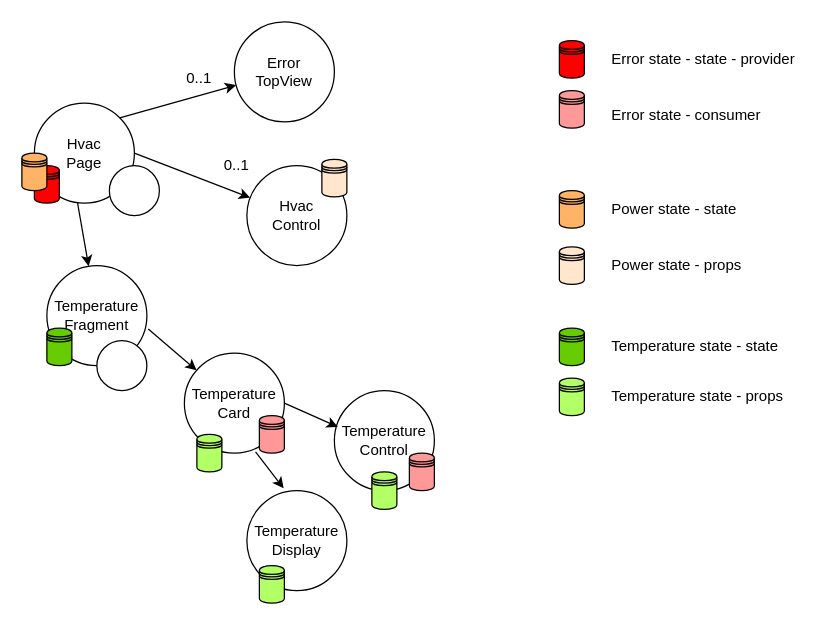
This is page "Page-2" (2 of 3) of LI61D/hvac-ui/diagrams/UI-State.drawio from isel-leic-daw/1920v-public, a draw.io file, before an edit. Source tidied: cells renumbered, new cells numbered last; positions are measured from the earlier drawing's top-left corner, leaving out a move shared by most shapes. Both pictures are drawn from the tidied source at 125%, with x=0, y=0 at pixel (21, 21).
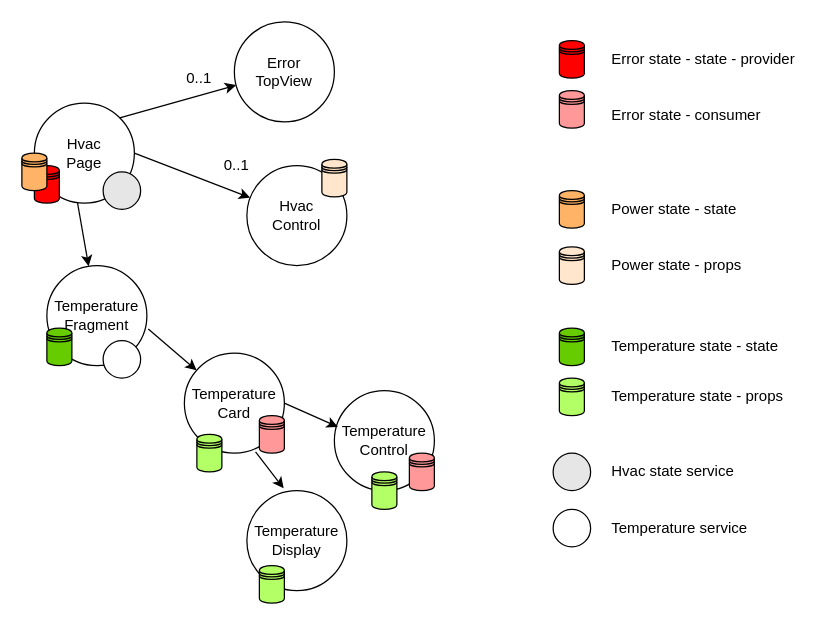
The same page after the edit.

Commit message (it also covers changes not shown here):
LI61D: Updates HVAC UI diagrams

What changed in the source:
```diff
@@
-    <mxCell id="22" style="ellipse;whiteSpace=wrap;html=1;fillColor=#FFFFFF;" parent="1" vertex="1">
-      <mxGeometry x="60" y="255" width="40" height="40" as="geometry" />
-    </mxCell>
@@
-    <mxCell id="37" style="ellipse;whiteSpace=wrap;html=1;fillColor=#FFFFFF;" parent="1" vertex="1">
-      <mxGeometry x="70" y="115" width="40" height="40" as="geometry" />
-    </mxCell>
@@
+    <mxCell id="40" style="ellipse;whiteSpace=wrap;html=1;fillColor=#E6E6E6;" parent="1" vertex="1">
+      <mxGeometry x="425" y="345" width="30" height="30" as="geometry" />
+    </mxCell>
+    <mxCell id="41" value="Hvac state service" style="text;html=1;align=left;verticalAlign=top;spacingTop=-4;" parent="1" vertex="1">
+      <mxGeometry x="470" y="350" width="110" height="20" as="geometry" />
+    </mxCell>
+    <mxCell id="42" style="ellipse;whiteSpace=wrap;html=1;fillColor=#FFFFFF;" parent="1" vertex="1">
+      <mxGeometry x="425" y="390" width="30" height="30" as="geometry" />
+    </mxCell>
+    <mxCell id="43" value="Temperature service" style="text;html=1;align=left;verticalAlign=top;spacingTop=-4;" parent="1" vertex="1">
+      <mxGeometry x="470" y="395" width="120" height="20" as="geometry" />
+    </mxCell>
+    <mxCell id="44" style="ellipse;whiteSpace=wrap;html=1;fillColor=#E6E6E6;" parent="1" vertex="1">
+      <mxGeometry x="65" y="120" width="30" height="30" as="geometry" />
+    </mxCell>
+    <mxCell id="45" style="ellipse;whiteSpace=wrap;html=1;fillColor=#FFFFFF;" parent="1" vertex="1">
+      <mxGeometry x="65" y="255" width="30" height="30" as="geometry" />
+    </mxCell>
```
